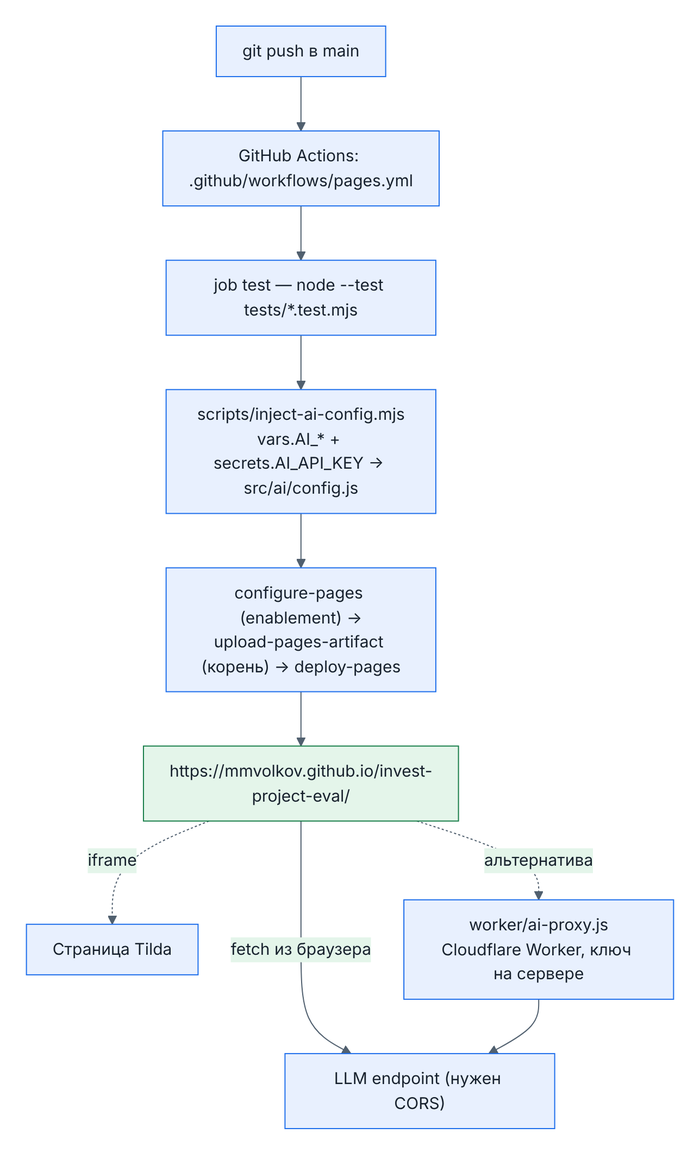
Earlier version of the Mermaid export docs/img/t6-deploy.png (mmvolkov/invest-project-eval). Its source is kept beside it as docs/diagrams/t6-deploy.mmd.
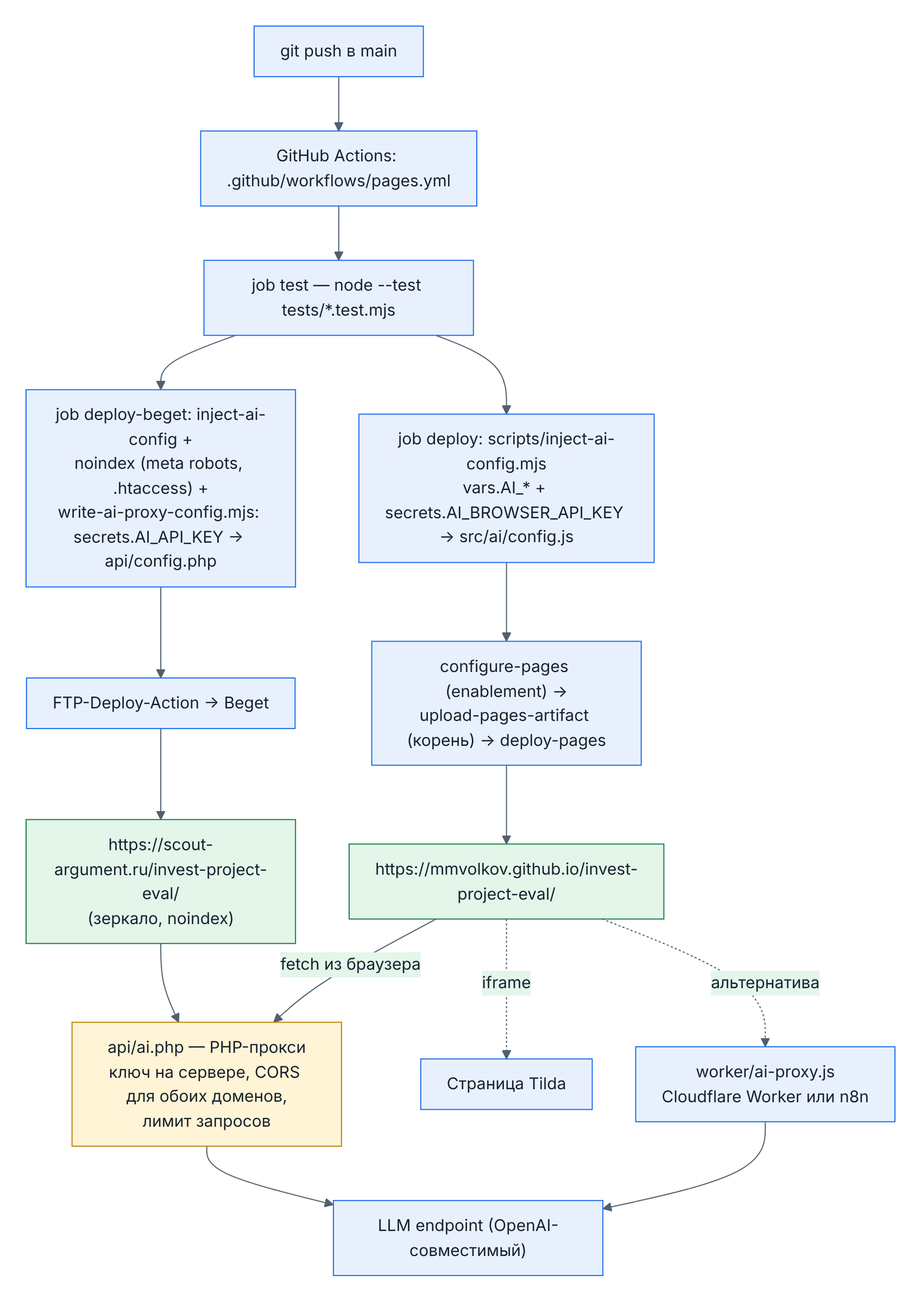
After the commit.

Commit message:
Прокси ИИ api/ai.php на хостинге: ключ модели на сервере (#19)

What changed in the source:
```diff
@@ -1,11 +1,18 @@
 flowchart TB
   DEV["git push в main"] --> GA["GitHub Actions: .github/workflows/pages.yml"]
   GA --> T["job test — node --test tests/*.test.mjs"]
-  T --> D1["scripts/inject-ai-config.mjs<br/>vars.AI_* + secrets.AI_API_KEY → src/ai/config.js"]
+  T --> D1["job deploy: scripts/inject-ai-config.mjs<br/>vars.AI_* + secrets.AI_BROWSER_API_KEY → src/ai/config.js"]
   D1 --> D2["configure-pages (enablement) →<br/>upload-pages-artifact (корень) → deploy-pages"]
   D2 --> SITE["https://mmvolkov.github.io/invest-project-eval/"]
+  T --> B1["job deploy-beget: inject-ai-config +<br/>noindex (meta robots, .htaccess) +<br/>write-ai-proxy-config.mjs: secrets.AI_API_KEY → api/config.php"]
+  B1 --> B2["FTP-Deploy-Action → Beget"]
+  B2 --> MIRROR["https://scout-argument.ru/invest-project-eval/<br/>(зеркало, noindex)"]
+  MIRROR --> PHP["api/ai.php — PHP-прокси<br/>ключ на сервере, CORS для обоих доменов,<br/>лимит запросов"]
+  SITE -->|"fetch из браузера"| PHP
+  PHP --> LLM["LLM endpoint (OpenAI-совместимый)"]
   SITE -.->|"iframe"| TILDA["Страница Tilda"]
-  SITE -->|"fetch из браузера"| LLM["LLM endpoint (нужен CORS)"]
-  SITE -.->|"альтернатива"| WK["worker/ai-proxy.js<br/>Cloudflare Worker, ключ на сервере"]
+  SITE -.->|"альтернатива"| WK["worker/ai-proxy.js<br/>Cloudflare Worker или n8n"]
   WK --> LLM
   style SITE fill:#e4f5ea,stroke:#1a7f4b
+  style MIRROR fill:#e4f5ea,stroke:#1a7f4b
+  style PHP fill:#fff4d6,stroke:#b8860b
```
